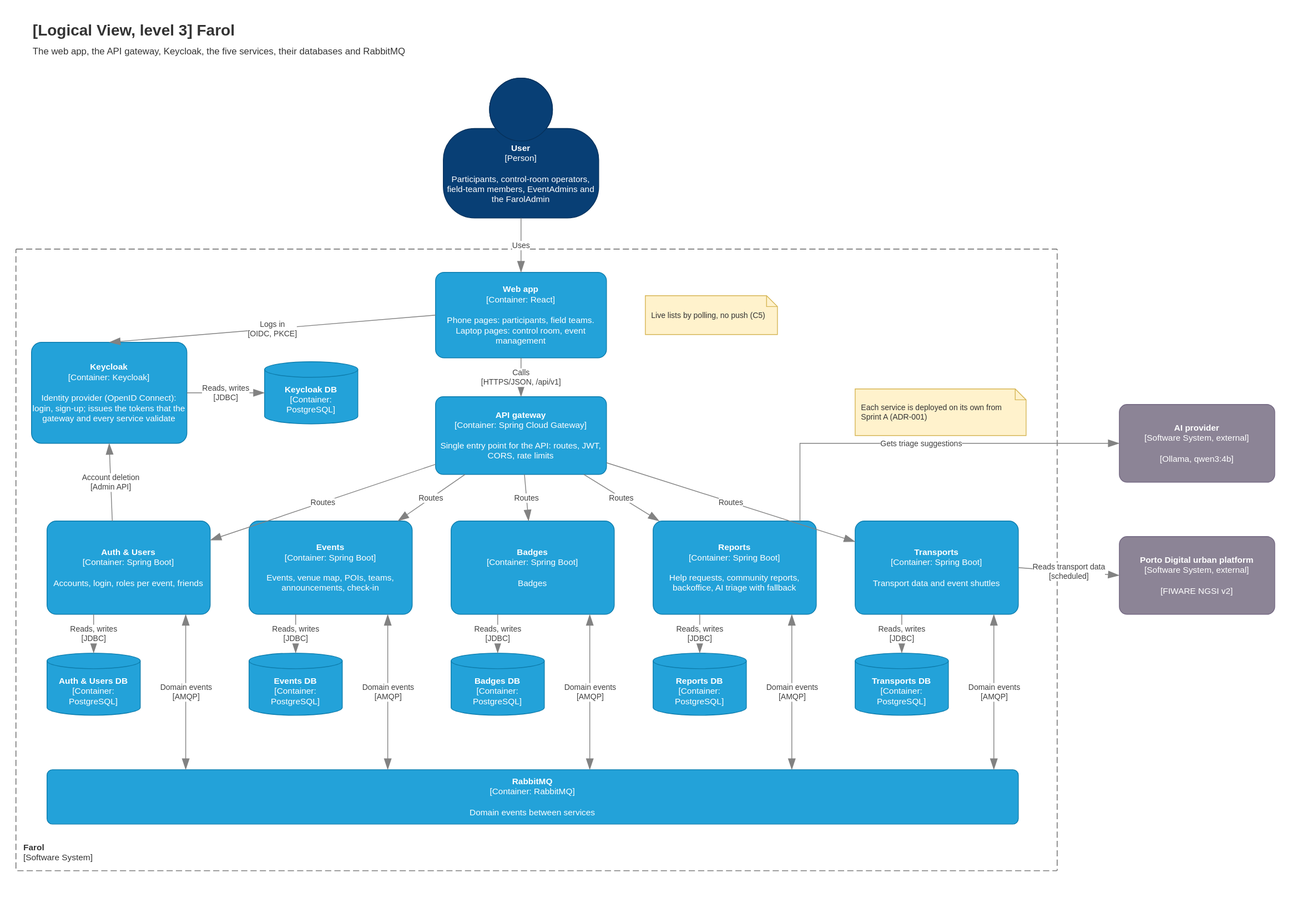
The draw.io diagram Docs/Technical/diagrams/logical-view-level-3.drawio.svg in tomasoliveira21/LABDSOF, before a commit. Source tidied: cells renumbered, new cells last; positions are measured from the earlier drawing's top-left corner, leaving out a move shared by most shapes.
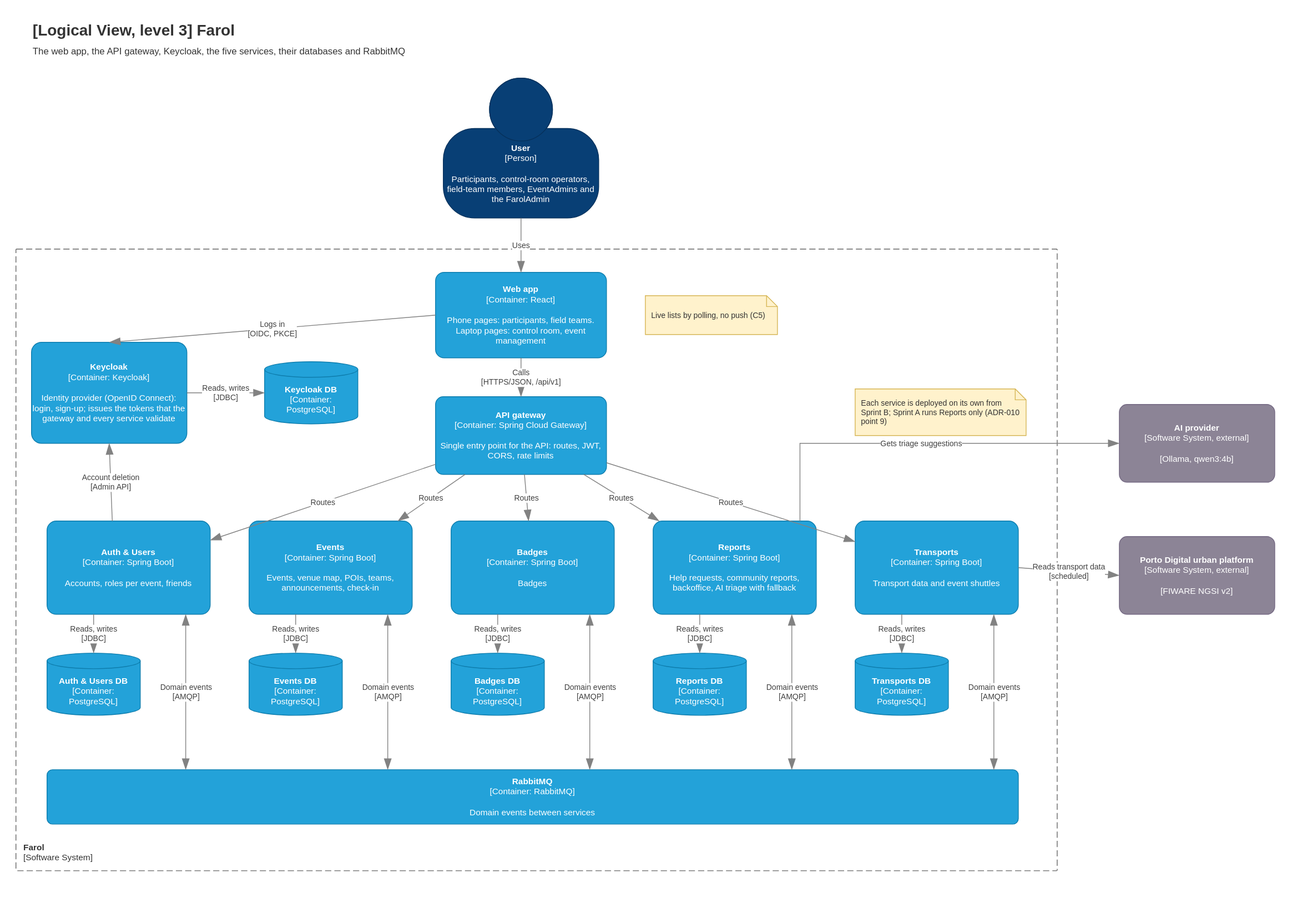
The same diagram one commit later.

What changed in the source:
```diff
@@ -17,7 +17,7 @@
     <mxCell id="6" value="&lt;b&gt;API gateway&lt;/b&gt;&lt;div&gt;[Container: Spring Cloud Gateway]&lt;/div&gt;&lt;br&gt;&lt;div&gt;Single entry point for the API: routes, JWT, CORS, rate limits&lt;/div&gt;" style="rounded=1;whiteSpace=wrap;html=1;fillColor=#23A2D9;fontColor=#ffffff;arcSize=10;strokeColor=#0E7DAD;fontSize=11;" parent="1" vertex="1">
       <mxGeometry x="540" y="490" width="220" height="100" as="geometry" />
     </mxCell>
-    <mxCell id="7" value="&lt;b&gt;Auth &amp;amp; Users&lt;/b&gt;&lt;div&gt;[Container: Spring Boot]&lt;/div&gt;&lt;br&gt;&lt;div&gt;Accounts, login, roles per event, friends&lt;/div&gt;" style="rounded=1;whiteSpace=wrap;html=1;fillColor=#23A2D9;fontColor=#ffffff;arcSize=10;strokeColor=#0E7DAD;fontSize=11;" parent="1" vertex="1">
+    <mxCell id="7" value="&lt;b&gt;Auth &amp;amp; Users&lt;/b&gt;&lt;div&gt;[Container: Spring Boot]&lt;/div&gt;&lt;br&gt;&lt;div&gt;Accounts, roles per event, friends&lt;/div&gt;" style="rounded=1;whiteSpace=wrap;html=1;fillColor=#23A2D9;fontColor=#ffffff;arcSize=10;strokeColor=#0E7DAD;fontSize=11;" parent="1" vertex="1">
       <mxGeometry x="40" y="650" width="210" height="120" as="geometry" />
     </mxCell>
     <mxCell id="8" value="&lt;b&gt;Auth &amp;amp; Users DB&lt;/b&gt;&lt;br&gt;[Container: PostgreSQL]" style="shape=cylinder3;size=10;boundedLbl=1;whiteSpace=wrap;html=1;fillColor=#23A2D9;fontColor=#ffffff;strokeColor=#0E7DAD;fontSize=11;" parent="1" vertex="1">
@@ -113,7 +113,7 @@
     <mxCell id="38" value="Live lists by polling, no push (C5)" style="shape=note;size=14;whiteSpace=wrap;html=1;fillColor=#fff2cc;strokeColor=#d6b656;fontColor=#333333;align=left;spacing=8;fontSize=10;" parent="1" vertex="1">
       <mxGeometry x="810" y="360" width="170" height="50" as="geometry" />
     </mxCell>
-    <mxCell id="39" value="Each service is deployed on its own from Sprint A (ADR-001)" style="shape=note;size=14;whiteSpace=wrap;html=1;fillColor=#fff2cc;strokeColor=#d6b656;fontColor=#333333;align=left;spacing=8;fontSize=10;" parent="1" vertex="1">
+    <mxCell id="39" value="Each service is deployed on its own from Sprint B; Sprint A runs Reports only (ADR-010 point 9)" style="shape=note;size=14;whiteSpace=wrap;html=1;fillColor=#fff2cc;strokeColor=#d6b656;fontColor=#333333;align=left;spacing=8;fontSize=10;" parent="1" vertex="1">
       <mxGeometry x="1080" y="480" width="220" height="60" as="geometry" />
     </mxCell>
     <mxCell id="40" value="Uses" style="endArrow=blockThin;html=1;fontSize=10;fontColor=#404040;endFill=1;strokeColor=#828282;endSize=12;rounded=0;labelBackgroundColor=#ffffff;" parent="1" edge="1" source="3" target="5">
```
